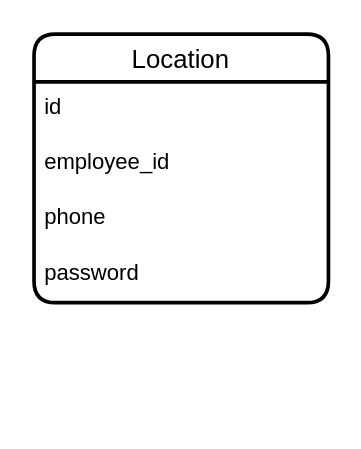
iztileuoff/databases keeps this draw.io diagram as workforce.drawio. Above is the earlier version. Source tidied: cells renumbered, new cells numbered last; positions are measured from the earlier drawing's top-left corner, leaving out a move shared by most shapes. Both pictures are drawn from the tidied source at 184%, with x=0, y=0 at pixel (33, 33).
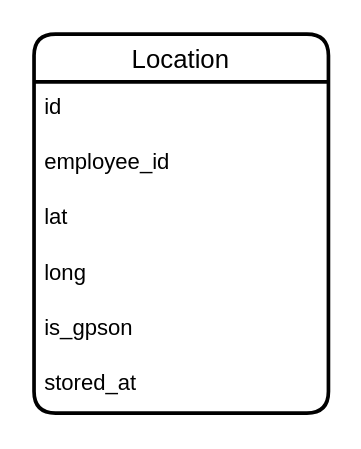
The same diagram, later.

Change to the diagram source:
```diff
@@
 <mxGraphModel>
   <root>
     <mxCell id="0" />
     <mxCell id="1" parent="0" />
     <mxCell id="2" value="Location" style="swimlane;fontStyle=0;horizontal=1;startSize=26;align=center;fontSize=14;strokeWidth=2;rounded=1;shadow=0;glass=0;swimlaneLine=1;" parent="1" vertex="1">
-      <mxGeometry width="160" height="146" as="geometry" />
+      <mxGeometry width="160" height="206" as="geometry" />
     </mxCell>
     <mxCell id="3" value="id" style="text;strokeColor=none;fillColor=none;spacingLeft=4;spacingRight=4;overflow=hidden;fontSize=12;whiteSpace=wrap;html=1;" parent="2" vertex="1">
       <mxGeometry y="26" width="160" height="30" as="geometry" />
     </mxCell>
     <mxCell id="4" value="employee_id" style="text;strokeColor=none;fillColor=none;spacingLeft=4;spacingRight=4;overflow=hidden;fontSize=12;whiteSpace=wrap;html=1;" parent="2" vertex="1">
       <mxGeometry y="56" width="160" height="30" as="geometry" />
     </mxCell>
-    <mxCell id="5" value="phone" style="text;strokeColor=none;fillColor=none;spacingLeft=4;spacingRight=4;overflow=hidden;fontSize=12;whiteSpace=wrap;html=1;" parent="2" vertex="1">
+    <mxCell id="5" value="lat" style="text;strokeColor=none;fillColor=none;spacingLeft=4;spacingRight=4;overflow=hidden;fontSize=12;whiteSpace=wrap;html=1;" parent="2" vertex="1">
       <mxGeometry y="86" width="160" height="30" as="geometry" />
     </mxCell>
-    <mxCell id="6" value="password" style="text;strokeColor=none;fillColor=none;spacingLeft=4;spacingRight=4;overflow=hidden;fontSize=12;whiteSpace=wrap;html=1;" parent="2" vertex="1">
+    <mxCell id="6" value="long" style="text;strokeColor=none;fillColor=none;spacingLeft=4;spacingRight=4;overflow=hidden;fontSize=12;whiteSpace=wrap;html=1;" parent="2" vertex="1">
       <mxGeometry y="116" width="160" height="30" as="geometry" />
     </mxCell>
+    <mxCell id="7" value="is_gpson" style="text;strokeColor=none;fillColor=none;spacingLeft=4;spacingRight=4;overflow=hidden;fontSize=12;whiteSpace=wrap;html=1;" parent="2" vertex="1">
+      <mxGeometry y="146" width="160" height="30" as="geometry" />
+    </mxCell>
+    <mxCell id="8" value="stored_at" style="text;strokeColor=none;fillColor=none;spacingLeft=4;spacingRight=4;overflow=hidden;fontSize=12;whiteSpace=wrap;html=1;" parent="2" vertex="1">
+      <mxGeometry y="176" width="160" height="30" as="geometry" />
+    </mxCell>
   </root>
 </mxGraphModel>
```
